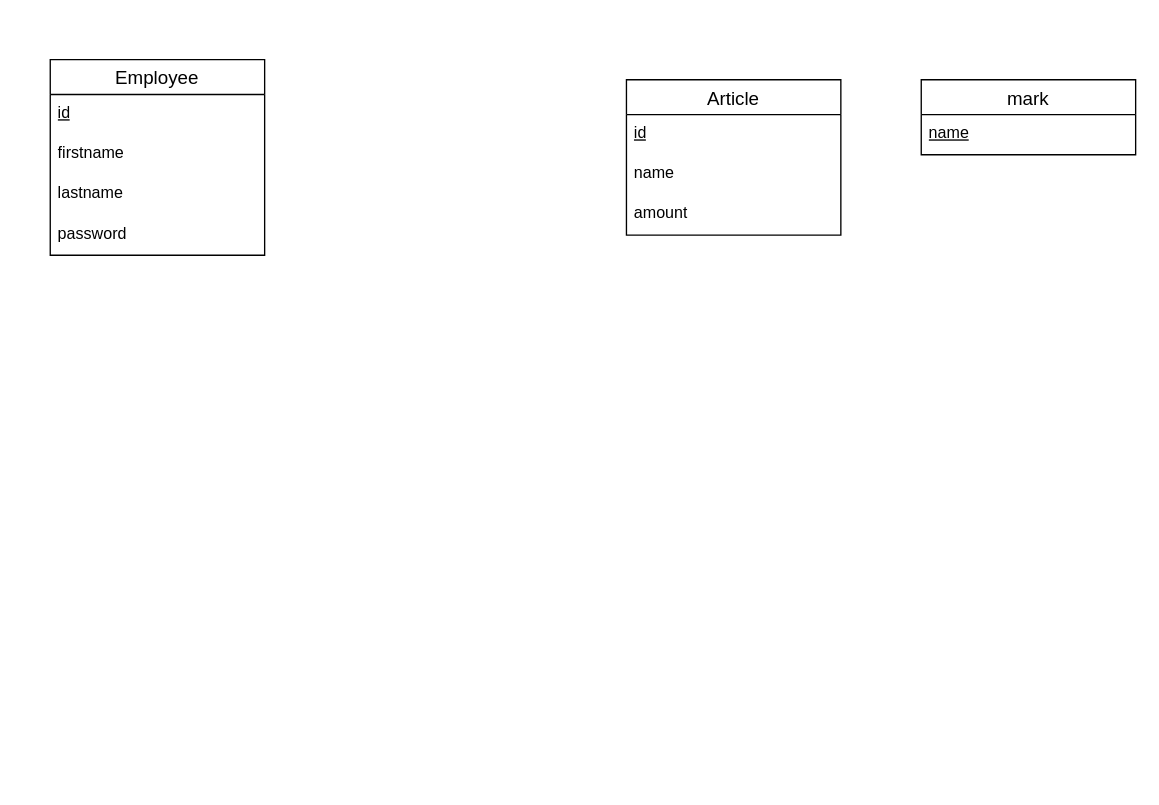
The draw.io diagram docs/DB/BDD.drawio in maxoux53/petit-bazar, before the edit. Source tidied: cells renumbered, new cells numbered last; positions are measured from the earlier drawing's top-left corner, leaving out a move shared by most shapes. Both pictures are drawn from the tidied source at 134%, with x=0, y=0 at pixel (50, 59).
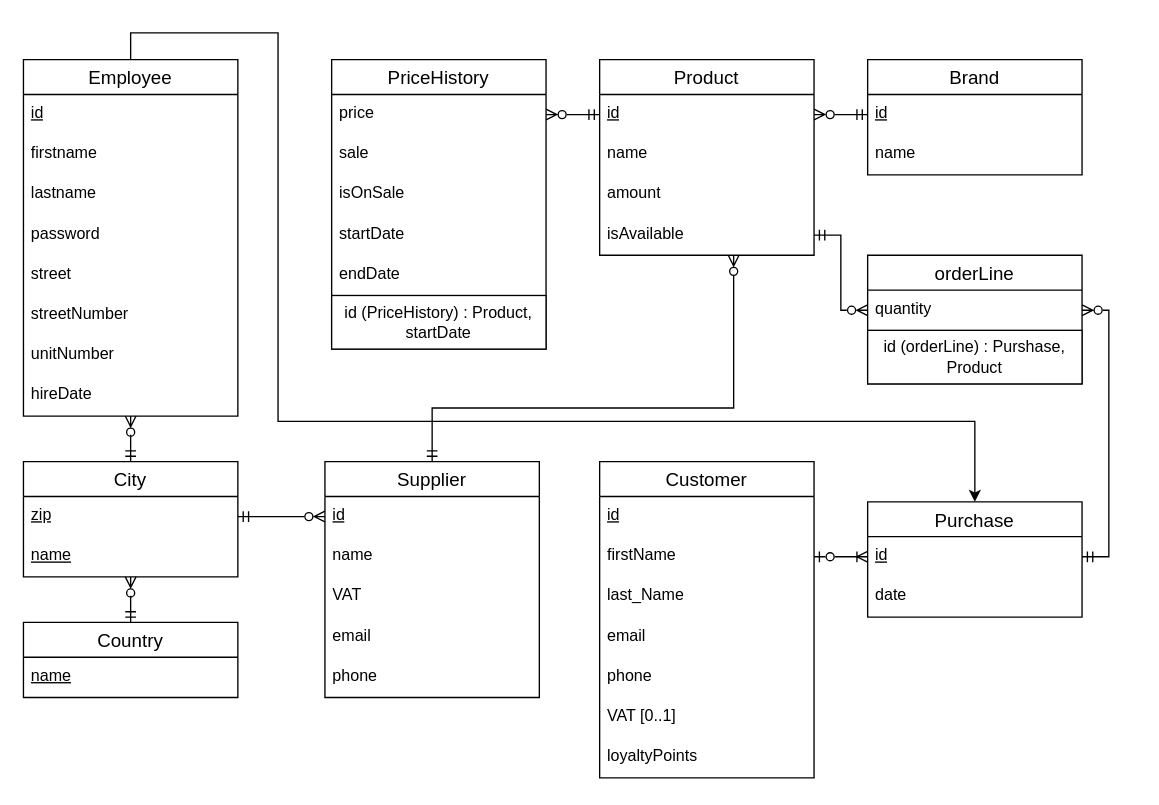
The same page after the edit.

Unchanged cells that the change refers to:
```xml
<mxCell id="8" value="&lt;u&gt;id&lt;/u&gt;" style="text;strokeColor=none;fillColor=none;spacingLeft=4;spacingRight=4;overflow=hidden;points=[[0,0.5],[1,0.5]];portConstraint=eastwest;fontSize=12;whiteSpace=wrap;html=1;" parent="7" vertex="1">
  <mxGeometry y="26" width="160" height="30" as="geometry" />
</mxCell>
```

The edit, as a diff of the source:
```diff
@@
+    <mxCell id="13" style="edgeStyle=orthogonalEdgeStyle;rounded=0;jettySize=auto;html=1;exitX=0.5;exitY=0;exitDx=0;exitDy=0;entryX=0.5;entryY=0;entryDx=0;entryDy=0;" parent="1" edge="1" source="2" target="48">
+      <mxGeometry relative="1" as="geometry">
+        <Array as="points">
+          <mxPoint x="60" y="-20" />
+          <mxPoint x="170" y="-20" />
+          <mxPoint x="170" y="270" />
+          <mxPoint x="690" y="270" />
+        </Array>
+      </mxGeometry>
+    </mxCell>
     <mxCell id="2" value="Employee" style="swimlane;fontStyle=0;horizontal=1;startSize=26;align=center;fontSize=14;" parent="1" vertex="1">
-      <mxGeometry width="160" height="146" as="geometry" />
+      <mxGeometry x="-20" width="160" height="266" as="geometry" />
     </mxCell>
@@
+    <mxCell id="14" value="street" style="text;strokeColor=none;fillColor=none;spacingLeft=4;spacingRight=4;overflow=hidden;fontSize=12;whiteSpace=wrap;html=1;" parent="2" vertex="1">
+      <mxGeometry y="146" width="160" height="30" as="geometry" />
+    </mxCell>
+    <mxCell id="15" value="streetNumber" style="text;strokeColor=none;fillColor=none;spacingLeft=4;spacingRight=4;overflow=hidden;fontSize=12;whiteSpace=wrap;html=1;" parent="2" vertex="1">
+      <mxGeometry y="176" width="160" height="30" as="geometry" />
+    </mxCell>
+    <mxCell id="16" value="unitNumber" style="text;strokeColor=none;fillColor=none;spacingLeft=4;spacingRight=4;overflow=hidden;fontSize=12;whiteSpace=wrap;html=1;" parent="2" vertex="1">
+      <mxGeometry y="206" width="160" height="30" as="geometry" />
+    </mxCell>
+    <mxCell id="17" value="hireDate" style="text;strokeColor=none;fillColor=none;spacingLeft=4;spacingRight=4;overflow=hidden;fontSize=12;whiteSpace=wrap;html=1;" parent="2" vertex="1">
+      <mxGeometry y="236" width="160" height="30" as="geometry" />
+    </mxCell>
-    <mxCell id="7" value="Article" style="swimlane;fontStyle=0;horizontal=1;startSize=26;align=center;fontSize=14;" parent="1" vertex="1">
-      <mxGeometry x="430" y="15" width="160" height="116" as="geometry" />
+    <mxCell id="7" value="Product" style="swimlane;fontStyle=0;horizontal=1;startSize=26;align=center;fontSize=14;" parent="1" vertex="1">
+      <mxGeometry x="410" width="160" height="146" as="geometry" />
     </mxCell>
@@
+    <mxCell id="18" value="isAvailable" style="text;strokeColor=none;fillColor=none;spacingLeft=4;spacingRight=4;overflow=hidden;points=[[0,0.5],[1,0.5]];portConstraint=eastwest;fontSize=12;whiteSpace=wrap;html=1;" parent="7" vertex="1">
+      <mxGeometry y="116" width="160" height="30" as="geometry" />
+    </mxCell>
-    <mxCell id="11" value="mark" style="swimlane;fontStyle=0;horizontal=1;startSize=26;align=center;fontSize=14;" parent="1" vertex="1">
-      <mxGeometry x="650" y="15" width="160" height="56" as="geometry" />
+    <mxCell id="11" value="Brand" style="swimlane;fontStyle=0;horizontal=1;startSize=26;align=center;fontSize=14;" parent="1" vertex="1">
+      <mxGeometry x="610" width="160" height="86" as="geometry" />
     </mxCell>
-    <mxCell id="12" value="&lt;u&gt;name&lt;/u&gt;" style="text;strokeColor=none;fillColor=none;spacingLeft=4;spacingRight=4;overflow=hidden;points=[[0,0.5],[1,0.5]];portConstraint=eastwest;fontSize=12;whiteSpace=wrap;html=1;" parent="11" vertex="1">
+    <mxCell id="12" value="&lt;u&gt;id&lt;/u&gt;" style="text;strokeColor=none;fillColor=none;spacingLeft=4;spacingRight=4;overflow=hidden;points=[[0,0.5],[1,0.5]];portConstraint=eastwest;fontSize=12;whiteSpace=wrap;html=1;" parent="11" vertex="1">
       <mxGeometry y="26" width="160" height="30" as="geometry" />
     </mxCell>
+    <mxCell id="19" value="name" style="text;strokeColor=none;fillColor=none;spacingLeft=4;spacingRight=4;overflow=hidden;fontSize=12;whiteSpace=wrap;html=1;" parent="11" vertex="1">
+      <mxGeometry y="56" width="160" height="30" as="geometry" />
+    </mxCell>
+    <mxCell id="20" value="Supplier" style="swimlane;fontStyle=0;horizontal=1;startSize=26;align=center;fontSize=14;" parent="1" vertex="1">
+      <mxGeometry x="205" y="300" width="160" height="176" as="geometry" />
+    </mxCell>
+    <mxCell id="21" value="&lt;u&gt;id&lt;/u&gt;" style="text;strokeColor=none;fillColor=none;spacingLeft=4;spacingRight=4;overflow=hidden;points=[[0,0.5],[1,0.5]];portConstraint=eastwest;fontSize=12;whiteSpace=wrap;html=1;" parent="20" vertex="1">
+      <mxGeometry y="26" width="160" height="30" as="geometry" />
+    </mxCell>
+    <mxCell id="22" value="name" style="text;strokeColor=none;fillColor=none;spacingLeft=4;spacingRight=4;overflow=hidden;fontSize=12;whiteSpace=wrap;html=1;" parent="20" vertex="1">
+      <mxGeometry y="56" width="160" height="30" as="geometry" />
+    </mxCell>
+    <mxCell id="23" value="VAT" style="text;strokeColor=none;fillColor=none;spacingLeft=4;spacingRight=4;overflow=hidden;fontSize=12;whiteSpace=wrap;html=1;" parent="20" vertex="1">
+      <mxGeometry y="86" width="160" height="30" as="geometry" />
+    </mxCell>
+    <mxCell id="24" value="email" style="text;strokeColor=none;fillColor=none;spacingLeft=4;spacingRight=4;overflow=hidden;fontSize=12;whiteSpace=wrap;html=1;" parent="20" vertex="1">
+      <mxGeometry y="116" width="160" height="30" as="geometry" />
+    </mxCell>
+    <mxCell id="25" value="phone" style="text;strokeColor=none;fillColor=none;spacingLeft=4;spacingRight=4;overflow=hidden;fontSize=12;whiteSpace=wrap;html=1;" parent="20" vertex="1">
+      <mxGeometry y="146" width="160" height="30" as="geometry" />
+    </mxCell>
+    <mxCell id="26" style="edgeStyle=orthogonalEdgeStyle;rounded=0;jettySize=auto;html=1;exitX=0.5;exitY=0;exitDx=0;exitDy=0;endArrow=ERzeroToMany;endFill=0;startArrow=ERmandOne;startFill=0;" parent="1" edge="1" source="27" target="2">
+      <mxGeometry relative="1" as="geometry" />
+    </mxCell>
+    <mxCell id="27" value="City" style="swimlane;fontStyle=0;horizontal=1;startSize=26;align=center;fontSize=14;" parent="1" vertex="1">
+      <mxGeometry x="-20" y="300" width="160" height="86" as="geometry" />
+    </mxCell>
+    <mxCell id="28" value="&lt;u&gt;zip&lt;/u&gt;" style="text;strokeColor=none;fillColor=none;spacingLeft=4;spacingRight=4;overflow=hidden;points=[[0,0.5],[1,0.5]];portConstraint=eastwest;fontSize=12;whiteSpace=wrap;html=1;" parent="27" vertex="1">
+      <mxGeometry y="26" width="160" height="30" as="geometry" />
+    </mxCell>
+    <mxCell id="29" value="&lt;u&gt;name&lt;/u&gt;" style="text;strokeColor=none;fillColor=none;spacingLeft=4;spacingRight=4;overflow=hidden;fontSize=12;whiteSpace=wrap;html=1;" parent="27" vertex="1">
+      <mxGeometry y="56" width="160" height="30" as="geometry" />
+    </mxCell>
+    <mxCell id="30" style="edgeStyle=orthogonalEdgeStyle;rounded=0;jettySize=auto;html=1;exitX=0.5;exitY=0;exitDx=0;exitDy=0;endArrow=ERzeroToMany;endFill=0;startArrow=ERmandOne;startFill=0;" parent="1" edge="1" source="31" target="27">
+      <mxGeometry relative="1" as="geometry" />
+    </mxCell>
+    <mxCell id="31" value="Country" style="swimlane;fontStyle=0;horizontal=1;startSize=26;align=center;fontSize=14;" parent="1" vertex="1">
+      <mxGeometry x="-20" y="420" width="160" height="56" as="geometry" />
+    </mxCell>
+    <mxCell id="32" value="&lt;u&gt;name&lt;/u&gt;" style="text;strokeColor=none;fillColor=none;spacingLeft=4;spacingRight=4;overflow=hidden;fontSize=12;whiteSpace=wrap;html=1;" parent="31" vertex="1">
+      <mxGeometry y="26" width="160" height="30" as="geometry" />
+    </mxCell>
+    <mxCell id="33" value="PriceHistory" style="swimlane;fontStyle=0;horizontal=1;startSize=26;align=center;fontSize=14;" parent="1" vertex="1">
+      <mxGeometry x="210" width="160" height="216" as="geometry" />
+    </mxCell>
+    <mxCell id="34" value="price" style="text;strokeColor=none;fillColor=none;spacingLeft=4;spacingRight=4;overflow=hidden;points=[[0,0.5],[1,0.5]];portConstraint=eastwest;fontSize=12;whiteSpace=wrap;html=1;" parent="33" vertex="1">
+      <mxGeometry y="26" width="160" height="30" as="geometry" />
+    </mxCell>
+    <mxCell id="35" value="sale" style="text;strokeColor=none;fillColor=none;spacingLeft=4;spacingRight=4;overflow=hidden;fontSize=12;whiteSpace=wrap;html=1;" parent="33" vertex="1">
+      <mxGeometry y="56" width="160" height="30" as="geometry" />
+    </mxCell>
+    <mxCell id="36" value="isOnSale" style="text;strokeColor=none;fillColor=none;spacingLeft=4;spacingRight=4;overflow=hidden;fontSize=12;whiteSpace=wrap;html=1;" parent="33" vertex="1">
+      <mxGeometry y="86" width="160" height="30" as="geometry" />
+    </mxCell>
+    <mxCell id="37" value="startDate" style="text;strokeColor=none;fillColor=none;spacingLeft=4;spacingRight=4;overflow=hidden;fontSize=12;whiteSpace=wrap;html=1;" parent="33" vertex="1">
+      <mxGeometry y="116" width="160" height="30" as="geometry" />
+    </mxCell>
+    <mxCell id="38" value="endDate" style="text;strokeColor=none;fillColor=none;spacingLeft=4;spacingRight=4;overflow=hidden;fontSize=12;whiteSpace=wrap;html=1;" parent="33" vertex="1">
+      <mxGeometry y="146" width="160" height="30" as="geometry" />
+    </mxCell>
+    <mxCell id="39" value="id (PriceHistory) : Product, startDate" style="whiteSpace=wrap;html=1;align=center;" parent="33" vertex="1">
+      <mxGeometry y="176" width="160" height="40" as="geometry" />
+    </mxCell>
+    <mxCell id="40" value="Customer" style="swimlane;fontStyle=0;horizontal=1;startSize=26;align=center;fontSize=14;" parent="1" vertex="1">
+      <mxGeometry x="410" y="300" width="160" height="236" as="geometry" />
+    </mxCell>
+    <mxCell id="41" value="&lt;u&gt;id&lt;/u&gt;" style="text;strokeColor=none;fillColor=none;spacingLeft=4;spacingRight=4;overflow=hidden;fontSize=12;whiteSpace=wrap;html=1;" parent="40" vertex="1">
+      <mxGeometry y="26" width="160" height="30" as="geometry" />
+    </mxCell>
+    <mxCell id="42" value="firstName" style="text;strokeColor=none;fillColor=none;spacingLeft=4;spacingRight=4;overflow=hidden;points=[[0,0.5],[1,0.5]];portConstraint=eastwest;fontSize=12;whiteSpace=wrap;html=1;" parent="40" vertex="1">
+      <mxGeometry y="56" width="160" height="30" as="geometry" />
+    </mxCell>
+    <mxCell id="43" value="last_Name" style="text;strokeColor=none;fillColor=none;spacingLeft=4;spacingRight=4;overflow=hidden;fontSize=12;whiteSpace=wrap;html=1;" parent="40" vertex="1">
+      <mxGeometry y="86" width="160" height="30" as="geometry" />
+    </mxCell>
+    <mxCell id="44" value="email" style="text;strokeColor=none;fillColor=none;spacingLeft=4;spacingRight=4;overflow=hidden;fontSize=12;whiteSpace=wrap;html=1;" parent="40" vertex="1">
+      <mxGeometry y="116" width="160" height="30" as="geometry" />
+    </mxCell>
+    <mxCell id="45" value="phone" style="text;strokeColor=none;fillColor=none;spacingLeft=4;spacingRight=4;overflow=hidden;fontSize=12;whiteSpace=wrap;html=1;" parent="40" vertex="1">
+      <mxGeometry y="146" width="160" height="30" as="geometry" />
+    </mxCell>
+    <mxCell id="46" value="VAT [0..1]" style="text;strokeColor=none;fillColor=none;spacingLeft=4;spacingRight=4;overflow=hidden;fontSize=12;whiteSpace=wrap;html=1;" parent="40" vertex="1">
+      <mxGeometry y="176" width="160" height="30" as="geometry" />
+    </mxCell>
+    <mxCell id="47" value="loyaltyPoints" style="text;strokeColor=none;fillColor=none;spacingLeft=4;spacingRight=4;overflow=hidden;fontSize=12;whiteSpace=wrap;html=1;" parent="40" vertex="1">
+      <mxGeometry y="206" width="160" height="30" as="geometry" />
+    </mxCell>
+    <mxCell id="48" value="Purchase" style="swimlane;fontStyle=0;horizontal=1;startSize=26;align=center;fontSize=14;" parent="1" vertex="1">
+      <mxGeometry x="610" y="330" width="160" height="86" as="geometry" />
+    </mxCell>
+    <mxCell id="49" value="&lt;u&gt;id&lt;/u&gt;" style="text;strokeColor=none;fillColor=none;spacingLeft=4;spacingRight=4;overflow=hidden;points=[[0,0.5],[1,0.5]];portConstraint=eastwest;fontSize=12;whiteSpace=wrap;html=1;" parent="48" vertex="1">
+      <mxGeometry y="26" width="160" height="30" as="geometry" />
+    </mxCell>
+    <mxCell id="50" value="date" style="text;strokeColor=none;fillColor=none;spacingLeft=4;spacingRight=4;overflow=hidden;fontSize=12;whiteSpace=wrap;html=1;" parent="48" vertex="1">
+      <mxGeometry y="56" width="160" height="30" as="geometry" />
+    </mxCell>
+    <mxCell id="51" value="orderLine" style="swimlane;fontStyle=0;horizontal=1;startSize=26;align=center;fontSize=14;" parent="1" vertex="1">
+      <mxGeometry x="610" y="146" width="160" height="96" as="geometry" />
+    </mxCell>
+    <mxCell id="52" value="quantity" style="text;strokeColor=none;fillColor=none;spacingLeft=4;spacingRight=4;overflow=hidden;points=[[0,0.5],[1,0.5]];portConstraint=eastwest;fontSize=12;whiteSpace=wrap;html=1;" parent="51" vertex="1">
+      <mxGeometry y="26" width="160" height="30" as="geometry" />
+    </mxCell>
+    <mxCell id="53" value="id (orderLine) : Purshase, Product" style="whiteSpace=wrap;html=1;align=center;" parent="51" vertex="1">
+      <mxGeometry y="56" width="160" height="40" as="geometry" />
+    </mxCell>
+    <mxCell id="54" style="edgeStyle=orthogonalEdgeStyle;rounded=0;jettySize=auto;html=1;exitX=0;exitY=0.5;exitDx=0;exitDy=0;entryX=1;entryY=0.5;entryDx=0;entryDy=0;endArrow=ERmandOne;endFill=0;startArrow=ERzeroToMany;startFill=0;" parent="1" edge="1" source="21" target="28">
+      <mxGeometry relative="1" as="geometry" />
+    </mxCell>
+    <mxCell id="55" style="edgeStyle=orthogonalEdgeStyle;rounded=0;jettySize=auto;html=1;exitX=0.5;exitY=0;exitDx=0;exitDy=0;endArrow=ERzeroToMany;endFill=0;startArrow=ERmandOne;startFill=0;" parent="1" edge="1" source="20" target="7">
+      <mxGeometry relative="1" as="geometry">
+        <Array as="points">
+          <mxPoint x="285" y="260" />
+          <mxPoint x="510" y="260" />
+        </Array>
+      </mxGeometry>
+    </mxCell>
+    <mxCell id="56" style="edgeStyle=orthogonalEdgeStyle;rounded=0;jettySize=auto;html=1;exitX=0;exitY=0.5;exitDx=0;exitDy=0;entryX=1;entryY=0.5;entryDx=0;entryDy=0;endArrow=ERzeroToMany;endFill=0;startArrow=ERmandOne;startFill=0;" parent="1" edge="1" source="8" target="34">
+      <mxGeometry relative="1" as="geometry" />
+    </mxCell>
+    <mxCell id="57" style="edgeStyle=orthogonalEdgeStyle;rounded=0;jettySize=auto;html=1;exitX=1;exitY=0.5;exitDx=0;exitDy=0;entryX=0;entryY=0.5;entryDx=0;entryDy=0;endArrow=ERmandOne;endFill=0;startArrow=ERzeroToMany;startFill=0;" parent="1" edge="1" source="8" target="12">
+      <mxGeometry relative="1" as="geometry" />
+    </mxCell>
+    <mxCell id="58" style="edgeStyle=orthogonalEdgeStyle;rounded=0;jettySize=auto;html=1;exitX=1;exitY=0.5;exitDx=0;exitDy=0;entryX=0;entryY=0.5;entryDx=0;entryDy=0;endArrow=ERzeroToMany;endFill=0;startArrow=ERmandOne;startFill=0;" parent="1" edge="1" source="18" target="52">
+      <mxGeometry relative="1" as="geometry" />
+    </mxCell>
+    <mxCell id="59" style="edgeStyle=orthogonalEdgeStyle;rounded=0;jettySize=auto;html=1;exitX=1;exitY=0.5;exitDx=0;exitDy=0;entryX=1;entryY=0.5;entryDx=0;entryDy=0;endArrow=ERmandOne;endFill=0;startArrow=ERzeroToMany;startFill=0;" parent="1" edge="1" source="52" target="49">
+      <mxGeometry relative="1" as="geometry" />
+    </mxCell>
+    <mxCell id="60" style="edgeStyle=orthogonalEdgeStyle;rounded=0;jettySize=auto;html=1;exitX=0;exitY=0.5;exitDx=0;exitDy=0;entryX=1;entryY=0.5;entryDx=0;entryDy=0;endArrow=ERzeroToOne;endFill=0;startArrow=ERoneToMany;startFill=0;" parent="1" edge="1" source="49" target="42">
+      <mxGeometry relative="1" as="geometry" />
+    </mxCell>
```
